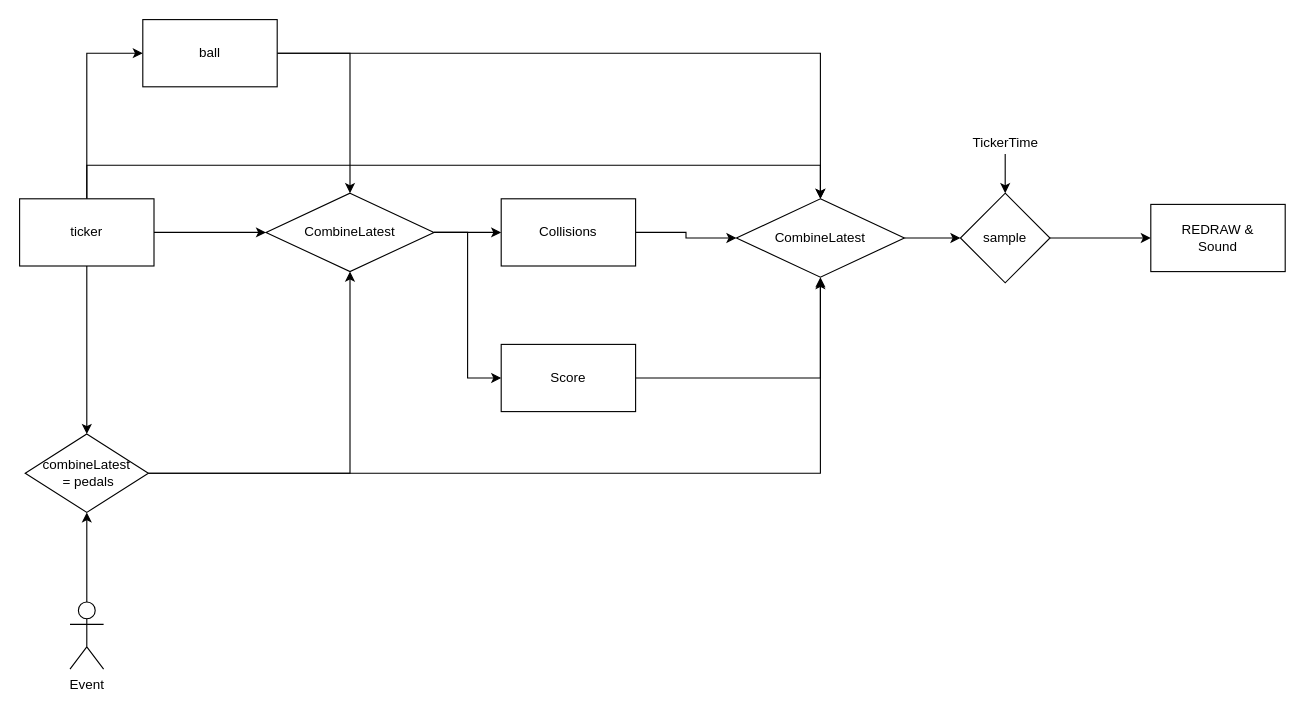
Earlier version of the draw.io diagram page "Page-1" (1 of 2) of doc/pong arch.drawio (tobdrue/pong). Source tidied: cells renumbered, new cells numbered last; positions are measured from the earlier drawing's top-left corner, leaving out a move shared by most shapes. Both pictures are drawn from the tidied source at 112%, with x=0, y=0 at pixel (19, 19).
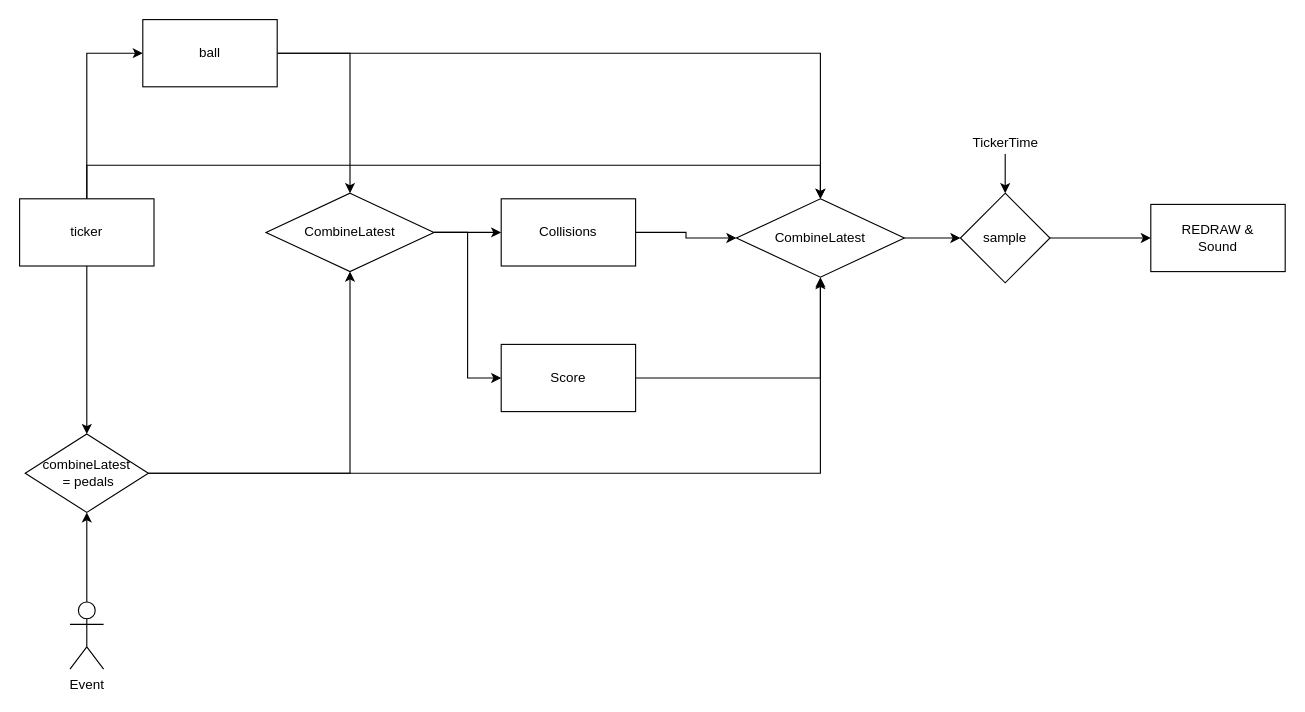
Above is the later version.

Unchanged cells that the change refers to:
```xml
<mxCell id="6" value="ticker" style="rounded=0;whiteSpace=wrap;html=1;" parent="1" vertex="1">
  <mxGeometry y="160" width="120" height="60" as="geometry" />
</mxCell>
<mxCell id="10" value="CombineLatest" style="rhombus;whiteSpace=wrap;html=1;" parent="1" vertex="1">
  <mxGeometry x="220" y="155" width="150" height="70" as="geometry" />
</mxCell>
```

Diff of the diagram source:
```diff
@@
-    <mxCell id="2" style="edgeStyle=orthogonalEdgeStyle;rounded=0;jettySize=auto;html=1;entryX=0;entryY=0.5;entryDx=0;entryDy=0;" parent="1" edge="1" source="6" target="10">
-      <mxGeometry relative="1" as="geometry" />
-    </mxCell>
```
